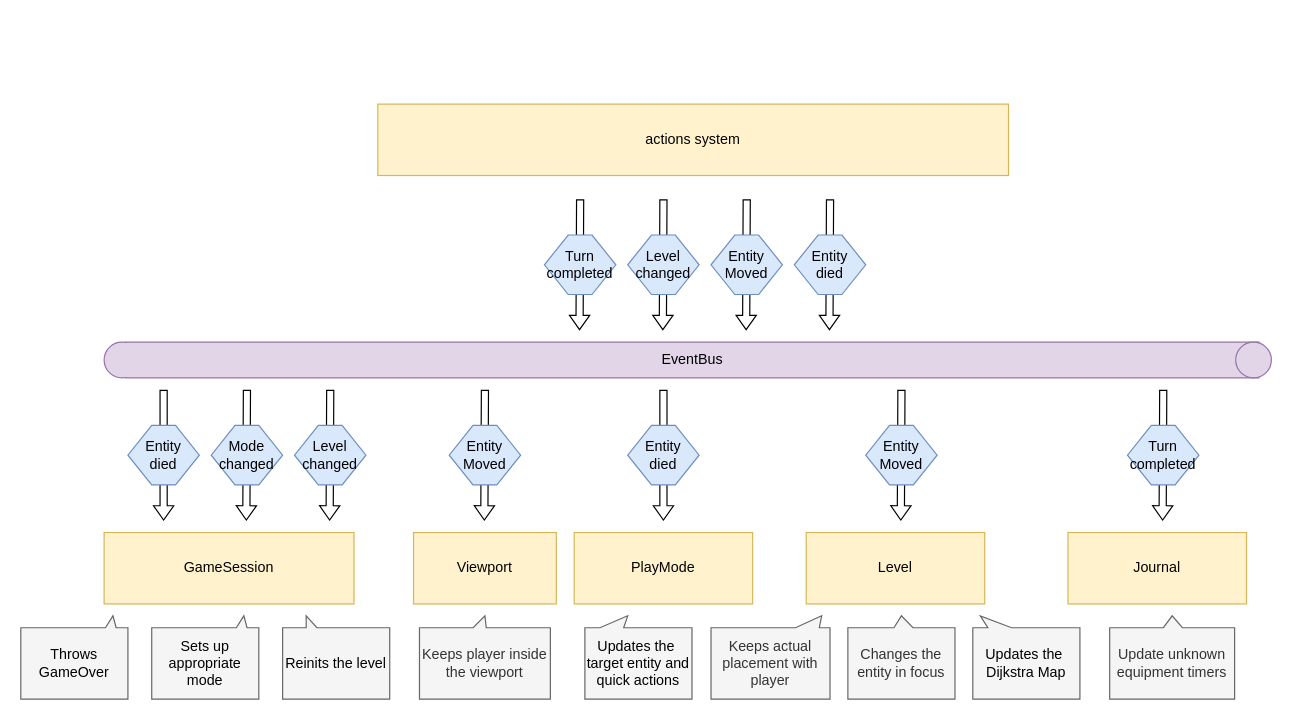
This is page "Events" (4 of 10) of misc/dev_docs.drawio from vladimir-popov/forgotten_catacombs, a draw.io file, before an edit. Source tidied: cells renumbered, new cells numbered last; positions are measured from the earlier drawing's top-left corner, leaving out a move shared by most shapes. Both pictures are drawn from the tidied source at 119%, with x=0, y=0 at pixel (20, 104).
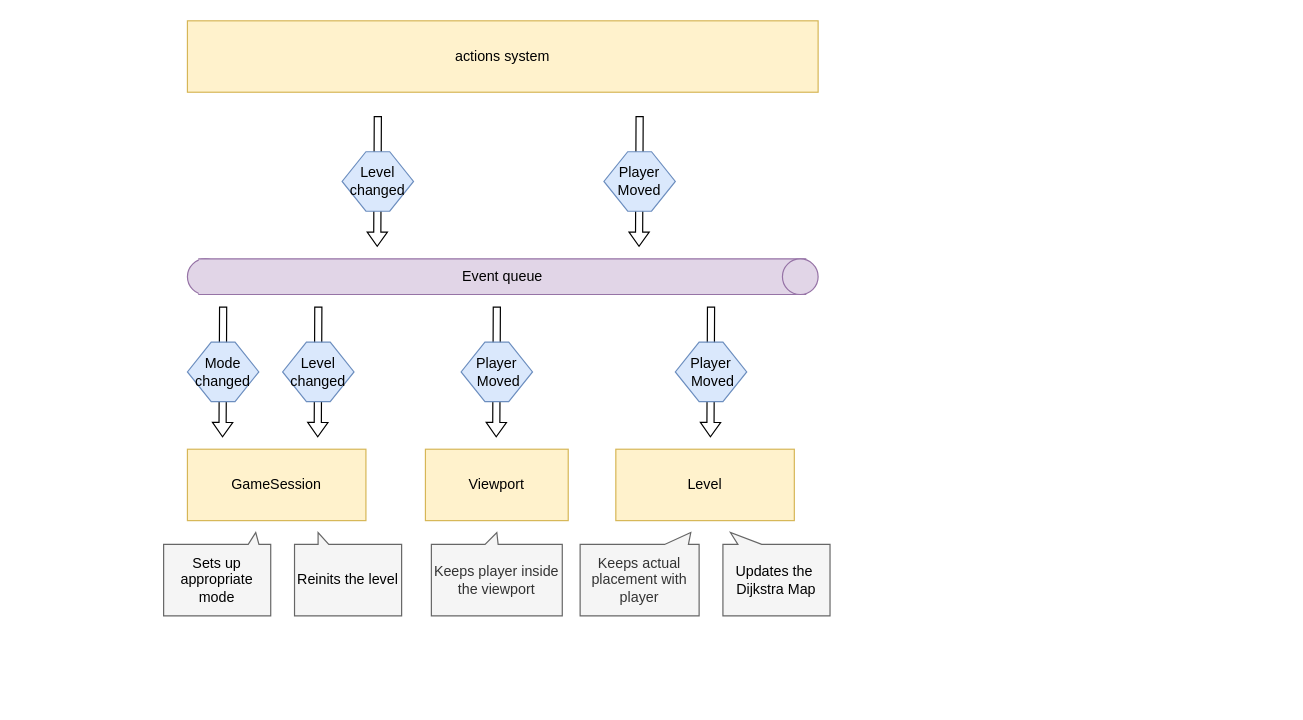
The same page after the edit.

The edit, as a diff of the source:
```diff
@@
     <mxCell id="2" style="group;" parent="1" vertex="1">
-      <mxGeometry x="70" y="200" width="990" height="30" as="geometry" />
+      <mxGeometry x="140" y="130" width="530" height="30" as="geometry" />
     </mxCell>
@@
     <mxCell id="4" style="group;" parent="2" vertex="1">
-      <mxGeometry x="18" width="972" height="30" as="geometry" />
+      <mxGeometry x="9.6" width="520.4" height="30" as="geometry" />
     </mxCell>
-    <mxCell id="5" value="EventBus" style="html=1;dashed=0;whiteSpace=wrap;shape=partialRectangle;right=0;left=0;fillColor=#e1d5e7;strokeColor=#9673a6;" parent="4" vertex="1">
-      <mxGeometry width="952.6" height="30" as="geometry" />
+    <mxCell id="5" value="Event queue" style="html=1;dashed=0;whiteSpace=wrap;shape=partialRectangle;right=0;left=0;fillColor=#e1d5e7;strokeColor=#9673a6;" parent="4" vertex="1">
+      <mxGeometry width="510" height="30" as="geometry" />
     </mxCell>
     <mxCell id="6" style="ellipse;whiteSpace=wrap;html=1;fillColor=#e1d5e7;strokeColor=#9673a6;" parent="4" vertex="1">
-      <mxGeometry x="932.9" width="30" height="30" as="geometry" />
+      <mxGeometry x="490.4" width="30" height="30" as="geometry" />
     </mxCell>
     <mxCell id="7" value="actions system" style="rounded=0;whiteSpace=wrap;html=1;fillColor=#fff2cc;strokeColor=#d6b656;" parent="1" vertex="1">
-      <mxGeometry x="300" width="530" height="60" as="geometry" />
+      <mxGeometry x="140" y="-70" width="530" height="60" as="geometry" />
     </mxCell>
     <mxCell id="8" value="Viewport" style="rounded=0;whiteSpace=wrap;html=1;fillColor=#fff2cc;strokeColor=#d6b656;" parent="1" vertex="1">
-      <mxGeometry x="330" y="360" width="120" height="60" as="geometry" />
+      <mxGeometry x="340" y="290" width="120" height="60" as="geometry" />
     </mxCell>
     <mxCell id="9" style="shape=flexArrow;endArrow=classic;html=1;rounded=0;endWidth=10;endSize=3.665;width=6;" parent="1" edge="1">
       <mxGeometry relative="1" as="geometry">
-        <mxPoint x="390" y="240" as="sourcePoint" />
-        <mxPoint x="389.5" y="350" as="targetPoint" />
+        <mxPoint x="400" y="170" as="sourcePoint" />
+        <mxPoint x="399.5" y="280" as="targetPoint" />
       </mxGeometry>
     </mxCell>
-    <mxCell id="10" value="Entity Moved" style="shape=hexagon;perimeter=hexagonPerimeter2;whiteSpace=wrap;html=1;fixedSize=1;fillColor=#dae8fc;strokeColor=#6c8ebf;" parent="1" vertex="1">
-      <mxGeometry x="360" y="270" width="60" height="50" as="geometry" />
+    <mxCell id="10" value="Player&lt;div&gt;&amp;nbsp;Moved&lt;/div&gt;" style="shape=hexagon;perimeter=hexagonPerimeter2;whiteSpace=wrap;html=1;fixedSize=1;fillColor=#dae8fc;strokeColor=#6c8ebf;" parent="1" vertex="1">
+      <mxGeometry x="370" y="200" width="60" height="50" as="geometry" />
     </mxCell>
     <mxCell id="11" value="Keeps player inside the viewport" style="shape=callout;whiteSpace=wrap;html=1;perimeter=calloutPerimeter;flipV=1;size=10;position=0.41;fillColor=#f5f5f5;fontColor=#333333;strokeColor=#666666;base=11;position2=0.5;" parent="1" vertex="1">
-      <mxGeometry x="335" y="430" width="110" height="70" as="geometry" />
+      <mxGeometry x="345" y="360" width="110" height="70" as="geometry" />
     </mxCell>
     <mxCell id="12" value="Keeps actual placement with player" style="shape=callout;whiteSpace=wrap;html=1;perimeter=calloutPerimeter;flipV=1;size=10;position=0.71;fillColor=#f5f5f5;fontColor=#333333;strokeColor=#666666;position2=0.93;" parent="1" vertex="1">
-      <mxGeometry x="580" y="430" width="100" height="70" as="geometry" />
+      <mxGeometry x="470" y="360" width="100" height="70" as="geometry" />
     </mxCell>
     <mxCell id="13" style="group;" parent="1" vertex="1">
-      <mxGeometry x="580" y="80" width="60" height="110" as="geometry" />
+      <mxGeometry x="490" y="10" width="60" height="110" as="geometry" />
     </mxCell>
@@
-    <mxCell id="15" value="Entity Moved" style="shape=hexagon;perimeter=hexagonPerimeter2;whiteSpace=wrap;html=1;fixedSize=1;fillColor=#dae8fc;strokeColor=#6c8ebf;" parent="13" vertex="1">
+    <mxCell id="15" value="Player Moved" style="shape=hexagon;perimeter=hexagonPerimeter2;whiteSpace=wrap;html=1;fixedSize=1;fillColor=#dae8fc;strokeColor=#6c8ebf;" parent="13" vertex="1">
       <mxGeometry y="30" width="60" height="50" as="geometry" />
     </mxCell>
     <mxCell id="16" style="group;" parent="1" vertex="1">
-      <mxGeometry x="510" y="80" width="60" height="110" as="geometry" />
+      <mxGeometry x="270" y="10" width="60" height="110" as="geometry" />
     </mxCell>
@@
-    <mxCell id="19" value="PlayMode" style="rounded=0;whiteSpace=wrap;html=1;fillColor=#fff2cc;strokeColor=#d6b656;" parent="1" vertex="1">
-      <mxGeometry x="465" y="360" width="150" height="60" as="geometry" />
-    </mxCell>
-    <mxCell id="20" value="Changes the entity in focus" style="shape=callout;whiteSpace=wrap;html=1;perimeter=calloutPerimeter;flipV=1;size=10;position=0.43;fillColor=#f5f5f5;fontColor=#333333;strokeColor=#666666;base=16;" parent="1" vertex="1">
-      <mxGeometry x="695" y="430" width="90" height="70" as="geometry" />
-    </mxCell>
     <mxCell id="21" value="Level" style="rounded=0;whiteSpace=wrap;html=1;fillColor=#fff2cc;strokeColor=#d6b656;" parent="1" vertex="1">
-      <mxGeometry x="660" y="360" width="150" height="60" as="geometry" />
+      <mxGeometry x="500" y="290" width="150" height="60" as="geometry" />
     </mxCell>
     <mxCell id="22" value="Updates the&amp;nbsp;&lt;br&gt;Dijkstra Map" style="shape=callout;whiteSpace=wrap;html=1;perimeter=calloutPerimeter;flipV=1;size=10;position=0.14;fillColor=#f5f5f5;strokeColor=#666666;base=20;position2=0.07;" parent="1" vertex="1">
-      <mxGeometry x="800" y="430" width="90" height="70" as="geometry" />
+      <mxGeometry x="590" y="360" width="90" height="70" as="geometry" />
     </mxCell>
-    <mxCell id="23" style="group;" parent="1" vertex="1">
-      <mxGeometry x="650" y="80" width="60" height="110" as="geometry" />
-    </mxCell>
-    <mxCell id="24" style="shape=flexArrow;endArrow=classic;html=1;rounded=0;endWidth=10;endSize=3.665;width=6;" parent="23" edge="1">
-      <mxGeometry relative="1" as="geometry">
-        <mxPoint x="30" as="sourcePoint" />
-        <mxPoint x="29.5" y="110" as="targetPoint" />
-      </mxGeometry>
-    </mxCell>
-    <mxCell id="25" value="Entity&lt;div&gt;d&lt;span style=&quot;background-color: transparent; color: light-dark(rgb(0, 0, 0), rgb(255, 255, 255));&quot;&gt;ied&lt;/span&gt;&lt;/div&gt;" style="shape=hexagon;perimeter=hexagonPerimeter2;whiteSpace=wrap;html=1;fixedSize=1;fillColor=#dae8fc;strokeColor=#6c8ebf;" parent="23" vertex="1">
-      <mxGeometry y="30" width="60" height="50" as="geometry" />
-    </mxCell>
-    <mxCell id="26" style="group;" parent="1" vertex="1">
-      <mxGeometry x="510" y="240" width="60" height="110" as="geometry" />
-    </mxCell>
-    <mxCell id="27" style="shape=flexArrow;endArrow=classic;html=1;rounded=0;endWidth=10;endSize=3.665;width=6;" parent="26" edge="1">
-      <mxGeometry relative="1" as="geometry">
-        <mxPoint x="30" as="sourcePoint" />
-        <mxPoint x="30" y="110" as="targetPoint" />
-      </mxGeometry>
-    </mxCell>
-    <mxCell id="28" value="Entity&lt;div&gt;d&lt;span style=&quot;background-color: transparent; color: light-dark(rgb(0, 0, 0), rgb(255, 255, 255));&quot;&gt;ied&lt;/span&gt;&lt;/div&gt;" style="shape=hexagon;perimeter=hexagonPerimeter2;whiteSpace=wrap;html=1;fixedSize=1;fillColor=#dae8fc;strokeColor=#6c8ebf;" parent="26" vertex="1">
-      <mxGeometry y="30" width="60" height="50" as="geometry" />
-    </mxCell>
     <mxCell id="29" style="group;" parent="1" vertex="1">
-      <mxGeometry x="710" y="240" width="60" height="110" as="geometry" />
+      <mxGeometry x="550" y="170" width="60" height="110" as="geometry" />
     </mxCell>
@@
-    <mxCell id="31" value="Entity Moved" style="shape=hexagon;perimeter=hexagonPerimeter2;whiteSpace=wrap;html=1;fixedSize=1;fillColor=#dae8fc;strokeColor=#6c8ebf;" parent="29" vertex="1">
+    <mxCell id="31" value="Player&lt;div&gt;&amp;nbsp;Moved&lt;/div&gt;" style="shape=hexagon;perimeter=hexagonPerimeter2;whiteSpace=wrap;html=1;fixedSize=1;fillColor=#dae8fc;strokeColor=#6c8ebf;" parent="29" vertex="1">
       <mxGeometry y="30" width="60" height="50" as="geometry" />
     </mxCell>
     <mxCell id="32" style="group;" parent="1" vertex="1">
-      <mxGeometry x="230" y="240" width="60" height="110" as="geometry" />
+      <mxGeometry x="220" y="170" width="60" height="110" as="geometry" />
     </mxCell>
@@
     <mxCell id="35" value="GameSession" style="rounded=0;whiteSpace=wrap;html=1;fillColor=#fff2cc;strokeColor=#d6b656;" parent="1" vertex="1">
-      <mxGeometry x="70" y="360" width="210" height="60" as="geometry" />
+      <mxGeometry x="140" y="290" width="150" height="60" as="geometry" />
     </mxCell>
     <mxCell id="36" style="group;" parent="1" vertex="1">
-      <mxGeometry x="160" y="240" width="60" height="110" as="geometry" />
+      <mxGeometry x="140" y="170" width="60" height="110" as="geometry" />
     </mxCell>
@@
     <mxCell id="39" value="Sets up appropriate mode" style="shape=callout;whiteSpace=wrap;html=1;perimeter=calloutPerimeter;flipV=1;size=10;position=0.79;fillColor=#f5f5f5;strokeColor=#666666;base=9;position2=0.86;" parent="1" vertex="1">
-      <mxGeometry x="110" y="430" width="90" height="70" as="geometry" />
+      <mxGeometry x="120" y="360" width="90" height="70" as="geometry" />
     </mxCell>
     <mxCell id="40" value="Reinits the level" style="shape=callout;whiteSpace=wrap;html=1;perimeter=calloutPerimeter;flipV=1;size=10;position=0.22;fillColor=#f5f5f5;strokeColor=#666666;base=9;position2=0.22;" parent="1" vertex="1">
-      <mxGeometry x="220" y="430" width="90" height="70" as="geometry" />
+      <mxGeometry x="230" y="360" width="90" height="70" as="geometry" />
     </mxCell>
-    <mxCell id="41" value="Updates the&amp;nbsp;&lt;br&gt;target entity and quick actions" style="shape=callout;whiteSpace=wrap;html=1;perimeter=calloutPerimeter;flipV=1;size=10;position=0.14;fillColor=#f5f5f5;strokeColor=#666666;base=20;position2=0.4;" parent="1" vertex="1">
-      <mxGeometry x="474" y="430" width="90" height="70" as="geometry" />
-    </mxCell>
-    <mxCell id="42" style="group;" parent="1" vertex="1">
-      <mxGeometry x="90" y="240" width="60" height="110" as="geometry" />
-    </mxCell>
-    <mxCell id="43" style="shape=flexArrow;endArrow=classic;html=1;rounded=0;endWidth=10;endSize=3.665;width=6;" parent="42" edge="1">
-      <mxGeometry relative="1" as="geometry">
-        <mxPoint x="30" as="sourcePoint" />
-        <mxPoint x="30" y="110" as="targetPoint" />
-      </mxGeometry>
-    </mxCell>
-    <mxCell id="44" value="Entity&lt;div&gt;d&lt;span style=&quot;background-color: transparent; color: light-dark(rgb(0, 0, 0), rgb(255, 255, 255));&quot;&gt;ied&lt;/span&gt;&lt;/div&gt;" style="shape=hexagon;perimeter=hexagonPerimeter2;whiteSpace=wrap;html=1;fixedSize=1;fillColor=#dae8fc;strokeColor=#6c8ebf;" parent="42" vertex="1">
-      <mxGeometry y="30" width="60" height="50" as="geometry" />
-    </mxCell>
-    <mxCell id="45" value="Throws GameOver" style="shape=callout;whiteSpace=wrap;html=1;perimeter=calloutPerimeter;flipV=1;size=10;position=0.79;fillColor=#f5f5f5;strokeColor=#666666;base=9;position2=0.86;" parent="1" vertex="1">
-      <mxGeometry y="430" width="90" height="70" as="geometry" />
-    </mxCell>
-    <mxCell id="46" style="group;" parent="1" vertex="1">
-      <mxGeometry x="440" y="80" width="60" height="110" as="geometry" />
-    </mxCell>
-    <mxCell id="47" style="shape=flexArrow;endArrow=classic;html=1;rounded=0;endWidth=10;endSize=3.665;width=6;" parent="46" edge="1">
-      <mxGeometry relative="1" as="geometry">
-        <mxPoint x="30" as="sourcePoint" />
-        <mxPoint x="29.5" y="110" as="targetPoint" />
-      </mxGeometry>
-    </mxCell>
-    <mxCell id="48" value="Turn completed" style="shape=hexagon;perimeter=hexagonPerimeter2;whiteSpace=wrap;html=1;fixedSize=1;fillColor=#dae8fc;strokeColor=#6c8ebf;" parent="46" vertex="1">
-      <mxGeometry y="30" width="60" height="50" as="geometry" />
-    </mxCell>
-    <mxCell id="49" value="Update unknown equipment timers" style="shape=callout;whiteSpace=wrap;html=1;perimeter=calloutPerimeter;flipV=1;size=10;position=0.43;fillColor=#f5f5f5;fontColor=#333333;strokeColor=#666666;base=16;" parent="1" vertex="1">
-      <mxGeometry x="915" y="430" width="105" height="70" as="geometry" />
-    </mxCell>
-    <mxCell id="50" value="Journal" style="rounded=0;whiteSpace=wrap;html=1;fillColor=#fff2cc;strokeColor=#d6b656;" parent="1" vertex="1">
-      <mxGeometry x="880" y="360" width="150" height="60" as="geometry" />
-    </mxCell>
-    <mxCell id="51" style="group;" parent="1" vertex="1">
-      <mxGeometry x="930" y="240" width="60" height="110" as="geometry" />
-    </mxCell>
-    <mxCell id="52" style="shape=flexArrow;endArrow=classic;html=1;rounded=0;endWidth=10;endSize=3.665;width=6;" parent="51" edge="1">
-      <mxGeometry relative="1" as="geometry">
-        <mxPoint x="30" as="sourcePoint" />
-        <mxPoint x="29.5" y="110" as="targetPoint" />
-      </mxGeometry>
-    </mxCell>
-    <mxCell id="53" value="Turn completed" style="shape=hexagon;perimeter=hexagonPerimeter2;whiteSpace=wrap;html=1;fixedSize=1;fillColor=#dae8fc;strokeColor=#6c8ebf;" parent="51" vertex="1">
-      <mxGeometry y="30" width="60" height="50" as="geometry" />
-    </mxCell>
```
